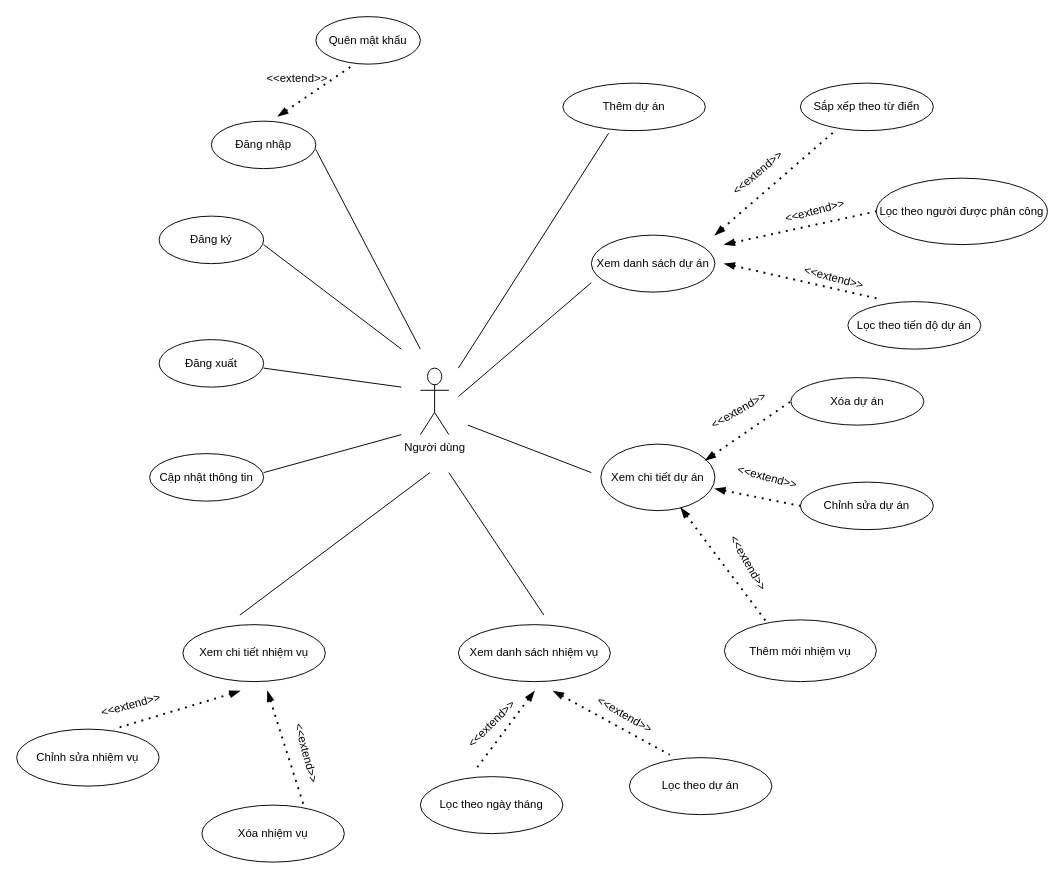
The draw.io diagram Untitled Diagram.drawio in Dat02/for_fun, before the edit. Source tidied: cells renumbered, new cells numbered last; positions are measured from the earlier drawing's top-left corner, leaving out a move shared by most shapes. Both pictures are drawn from the tidied source at 95%, with x=0, y=0 at pixel (16, 16).
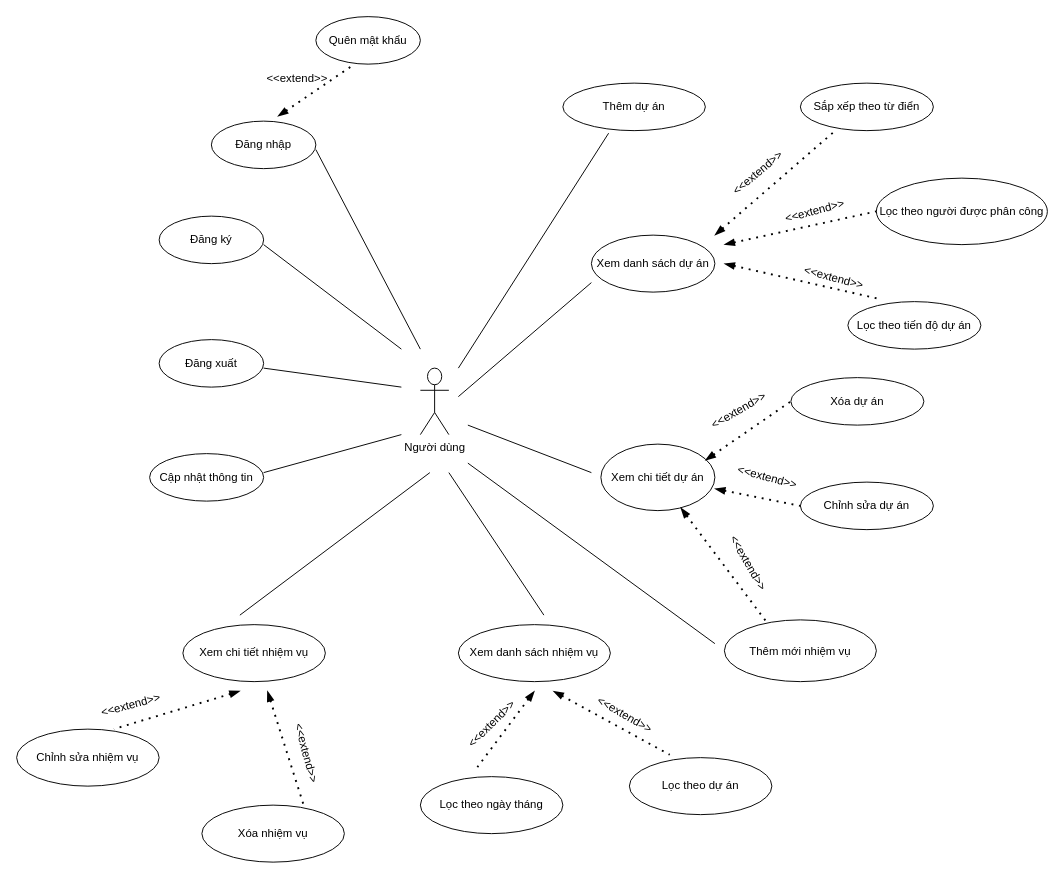
Above is the later version.

Diff of the diagram source:
```diff
@@
+    <mxCell id="54" style="endArrow=none;html=1;rounded=0;" parent="1" edge="1">
+      <mxGeometry relative="1" as="geometry">
+        <mxPoint x="475" y="470" as="sourcePoint" />
+        <mxPoint x="735" y="660" as="targetPoint" />
+      </mxGeometry>
+    </mxCell>
```
